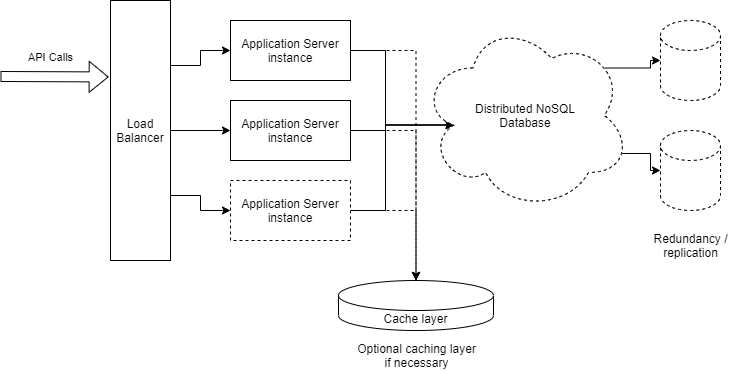
Above: MedicalSystem.png in NitinTak/Projects (draw.io), before the change. Source tidied: cells renumbered, new cells last; positions are measured from the earlier drawing's top-left corner, leaving out a move shared by most shapes.
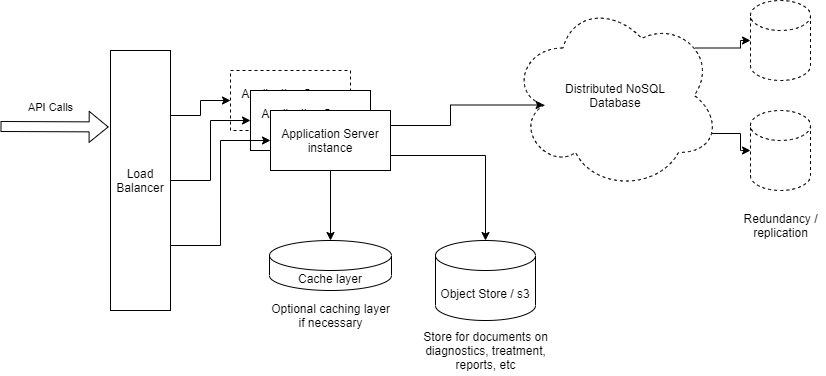
The same diagram one commit later.

Change to the diagram source:
```diff
@@ -5,12 +5,6 @@
     <mxCell id="2" style="edgeStyle=orthogonalEdgeStyle;rounded=0;jettySize=auto;html=1;exitX=1;exitY=0.25;exitDx=0;exitDy=0;entryX=0;entryY=0.5;entryDx=0;entryDy=0;" parent="1" edge="1" source="5" target="10">
       <mxGeometry relative="1" as="geometry" />
     </mxCell>
-    <mxCell id="3" style="edgeStyle=orthogonalEdgeStyle;rounded=0;jettySize=auto;html=1;exitX=1;exitY=0.5;exitDx=0;exitDy=0;entryX=0;entryY=0.5;entryDx=0;entryDy=0;" parent="1" edge="1" source="5" target="16">
-      <mxGeometry relative="1" as="geometry" />
-    </mxCell>
-    <mxCell id="4" style="edgeStyle=orthogonalEdgeStyle;rounded=0;jettySize=auto;html=1;exitX=1;exitY=0.75;exitDx=0;exitDy=0;entryX=0;entryY=0.5;entryDx=0;entryDy=0;" parent="1" edge="1" source="5" target="13">
-      <mxGeometry relative="1" as="geometry" />
-    </mxCell>
     <mxCell id="5" value="Load Balancer" style="rounded=0;whiteSpace=wrap;html=1;" parent="1" vertex="1">
       <mxGeometry x="110" width="60" height="260" as="geometry" />
     </mxCell>
@@ -24,33 +18,9 @@
         <mxPoint x="28" y="-22" as="offset" />
       </mxGeometry>
     </mxCell>
-    <mxCell id="8" style="edgeStyle=orthogonalEdgeStyle;rounded=0;jettySize=auto;html=1;exitX=1;exitY=0.5;exitDx=0;exitDy=0;entryX=0.16;entryY=0.55;entryDx=0;entryDy=0;entryPerimeter=0;" parent="1" edge="1" source="10" target="19">
-      <mxGeometry relative="1" as="geometry" />
-    </mxCell>
-    <mxCell id="9" style="edgeStyle=orthogonalEdgeStyle;rounded=0;jettySize=auto;html=1;exitX=1;exitY=0.5;exitDx=0;exitDy=0;dashed=1;" parent="1" edge="1" source="10" target="23">
-      <mxGeometry relative="1" as="geometry" />
-    </mxCell>
-    <mxCell id="10" value="Application Server instance" style="rounded=0;whiteSpace=wrap;html=1;" parent="1" vertex="1">
+    <mxCell id="10" value="Application Server instance" style="rounded=0;whiteSpace=wrap;html=1;dashed=1;" parent="1" vertex="1">
       <mxGeometry x="230" y="20" width="120" height="60" as="geometry" />
     </mxCell>
-    <mxCell id="11" style="edgeStyle=orthogonalEdgeStyle;rounded=0;jettySize=auto;html=1;exitX=1;exitY=0.5;exitDx=0;exitDy=0;entryX=0.16;entryY=0.55;entryDx=0;entryDy=0;entryPerimeter=0;" parent="1" edge="1" source="13" target="19">
-      <mxGeometry relative="1" as="geometry" />
-    </mxCell>
-    <mxCell id="12" style="edgeStyle=orthogonalEdgeStyle;rounded=0;jettySize=auto;html=1;exitX=1;exitY=0.5;exitDx=0;exitDy=0;dashed=1;" parent="1" edge="1" source="13" target="23">
-      <mxGeometry relative="1" as="geometry" />
-    </mxCell>
-    <mxCell id="13" value="Application Server instance" style="rounded=0;whiteSpace=wrap;html=1;dashed=1;" parent="1" vertex="1">
-      <mxGeometry x="230" y="180" width="120" height="60" as="geometry" />
-    </mxCell>
-    <mxCell id="14" style="edgeStyle=orthogonalEdgeStyle;rounded=0;jettySize=auto;html=1;exitX=1;exitY=0.5;exitDx=0;exitDy=0;entryX=0.16;entryY=0.55;entryDx=0;entryDy=0;entryPerimeter=0;" parent="1" edge="1" source="16" target="19">
-      <mxGeometry relative="1" as="geometry" />
-    </mxCell>
-    <mxCell id="15" style="edgeStyle=orthogonalEdgeStyle;rounded=0;jettySize=auto;html=1;exitX=1;exitY=0.5;exitDx=0;exitDy=0;dashed=1;" parent="1" edge="1" source="16" target="23">
-      <mxGeometry relative="1" as="geometry" />
-    </mxCell>
-    <mxCell id="16" value="Application Server instance" style="rounded=0;whiteSpace=wrap;html=1;" parent="1" vertex="1">
-      <mxGeometry x="230" y="100" width="120" height="60" as="geometry" />
-    </mxCell>
     <mxCell id="17" style="edgeStyle=orthogonalEdgeStyle;rounded=0;jettySize=auto;html=1;exitX=0.88;exitY=0.25;exitDx=0;exitDy=0;exitPerimeter=0;entryX=0;entryY=0.5;entryDx=0;entryDy=0;entryPerimeter=0;" parent="1" edge="1" source="19" target="20">
       <mxGeometry relative="1" as="geometry" />
     </mxCell>
@@ -58,22 +28,49 @@
       <mxGeometry relative="1" as="geometry" />
     </mxCell>
     <mxCell id="19" value="Distributed NoSQL&lt;br&gt;Database" style="ellipse;shape=cloud;whiteSpace=wrap;html=1;dashed=1;" parent="1" vertex="1">
-      <mxGeometry x="420" y="20" width="210" height="190" as="geometry" />
+      <mxGeometry x="510" y="-50" width="210" height="190" as="geometry" />
     </mxCell>
     <mxCell id="20" style="shape=cylinder3;whiteSpace=wrap;html=1;boundedLbl=1;backgroundOutline=1;size=15;dashed=1;" parent="1" vertex="1">
-      <mxGeometry x="660" y="20" width="60" height="80" as="geometry" />
+      <mxGeometry x="750" y="-50" width="60" height="80" as="geometry" />
     </mxCell>
     <mxCell id="21" style="shape=cylinder3;whiteSpace=wrap;html=1;boundedLbl=1;backgroundOutline=1;size=15;dashed=1;" parent="1" vertex="1">
-      <mxGeometry x="660" y="130" width="60" height="80" as="geometry" />
+      <mxGeometry x="750" y="60" width="60" height="80" as="geometry" />
     </mxCell>
     <mxCell id="22" value="Redundancy /&lt;br&gt;replication" style="text;html=1;align=center;verticalAlign=middle;strokeColor=none;" parent="1" vertex="1">
-      <mxGeometry x="645" y="230" width="90" height="30" as="geometry" />
+      <mxGeometry x="735" y="160" width="90" height="30" as="geometry" />
     </mxCell>
     <mxCell id="23" value="Cache layer" style="shape=cylinder3;whiteSpace=wrap;html=1;boundedLbl=1;backgroundOutline=1;size=15;" parent="1" vertex="1">
-      <mxGeometry x="338" y="280" width="155" height="50" as="geometry" />
+      <mxGeometry x="269" y="190" width="122" height="50" as="geometry" />
     </mxCell>
     <mxCell id="24" value="Optional caching layer&lt;br&gt;if necessary" style="text;html=1;align=center;verticalAlign=middle;strokeColor=none;" parent="1" vertex="1">
-      <mxGeometry x="350.5" y="340" width="130" height="30" as="geometry" />
+      <mxGeometry x="265" y="250" width="130" height="30" as="geometry" />
     </mxCell>
+    <mxCell id="25" value="Object Store / s3" style="shape=cylinder3;whiteSpace=wrap;html=1;boundedLbl=1;backgroundOutline=1;size=15;" parent="1" vertex="1">
+      <mxGeometry x="435" y="190" width="100" height="80" as="geometry" />
+    </mxCell>
+    <mxCell id="26" value="Store for documents on&lt;br&gt;diagnostics, treatment,&lt;br&gt;reports, etc" style="text;html=1;align=center;verticalAlign=middle;strokeColor=none;" parent="1" vertex="1">
+      <mxGeometry x="415" y="275" width="140" height="50" as="geometry" />
+    </mxCell>
+    <mxCell id="27" value="Application Server instance" style="rounded=0;whiteSpace=wrap;html=1;" parent="1" vertex="1">
+      <mxGeometry x="250" y="40" width="120" height="60" as="geometry" />
+    </mxCell>
+    <mxCell id="28" style="edgeStyle=orthogonalEdgeStyle;rounded=0;jettySize=auto;html=1;exitX=0.5;exitY=1;exitDx=0;exitDy=0;" parent="1" edge="1" source="31" target="23">
+      <mxGeometry relative="1" as="geometry" />
+    </mxCell>
+    <mxCell id="29" style="edgeStyle=orthogonalEdgeStyle;rounded=0;jettySize=auto;html=1;exitX=1;exitY=0.75;exitDx=0;exitDy=0;entryX=0.5;entryY=0;entryDx=0;entryDy=0;entryPerimeter=0;" parent="1" edge="1" source="31" target="25">
+      <mxGeometry relative="1" as="geometry" />
+    </mxCell>
+    <mxCell id="30" style="edgeStyle=orthogonalEdgeStyle;rounded=0;jettySize=auto;html=1;exitX=1;exitY=0.25;exitDx=0;exitDy=0;entryX=0.16;entryY=0.55;entryDx=0;entryDy=0;entryPerimeter=0;" parent="1" edge="1" source="31" target="19">
+      <mxGeometry relative="1" as="geometry" />
+    </mxCell>
+    <mxCell id="31" value="Application Server instance" style="rounded=0;whiteSpace=wrap;html=1;" parent="1" vertex="1">
+      <mxGeometry x="270" y="60" width="120" height="60" as="geometry" />
+    </mxCell>
+    <mxCell id="4" style="edgeStyle=orthogonalEdgeStyle;rounded=0;jettySize=auto;html=1;exitX=1;exitY=0.75;exitDx=0;exitDy=0;entryX=0;entryY=0.5;entryDx=0;entryDy=0;" parent="1" edge="1" source="5" target="31">
+      <mxGeometry relative="1" as="geometry" />
+    </mxCell>
+    <mxCell id="3" style="edgeStyle=orthogonalEdgeStyle;rounded=0;jettySize=auto;html=1;exitX=1;exitY=0.5;exitDx=0;exitDy=0;entryX=0;entryY=0.5;entryDx=0;entryDy=0;" parent="1" edge="1" source="5" target="27">
+      <mxGeometry relative="1" as="geometry" />
+    </mxCell>
   </root>
 </mxGraphModel>
```
